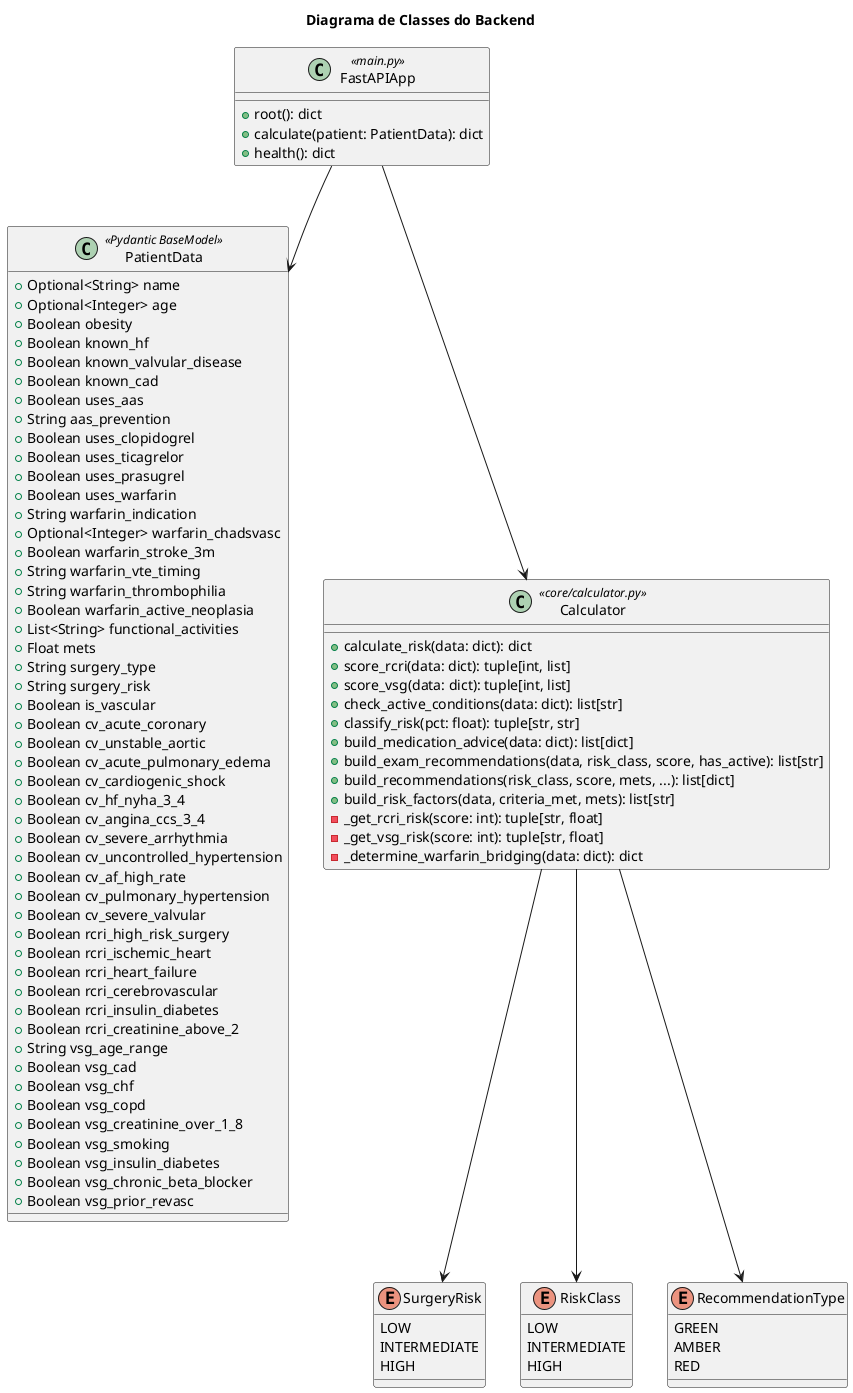
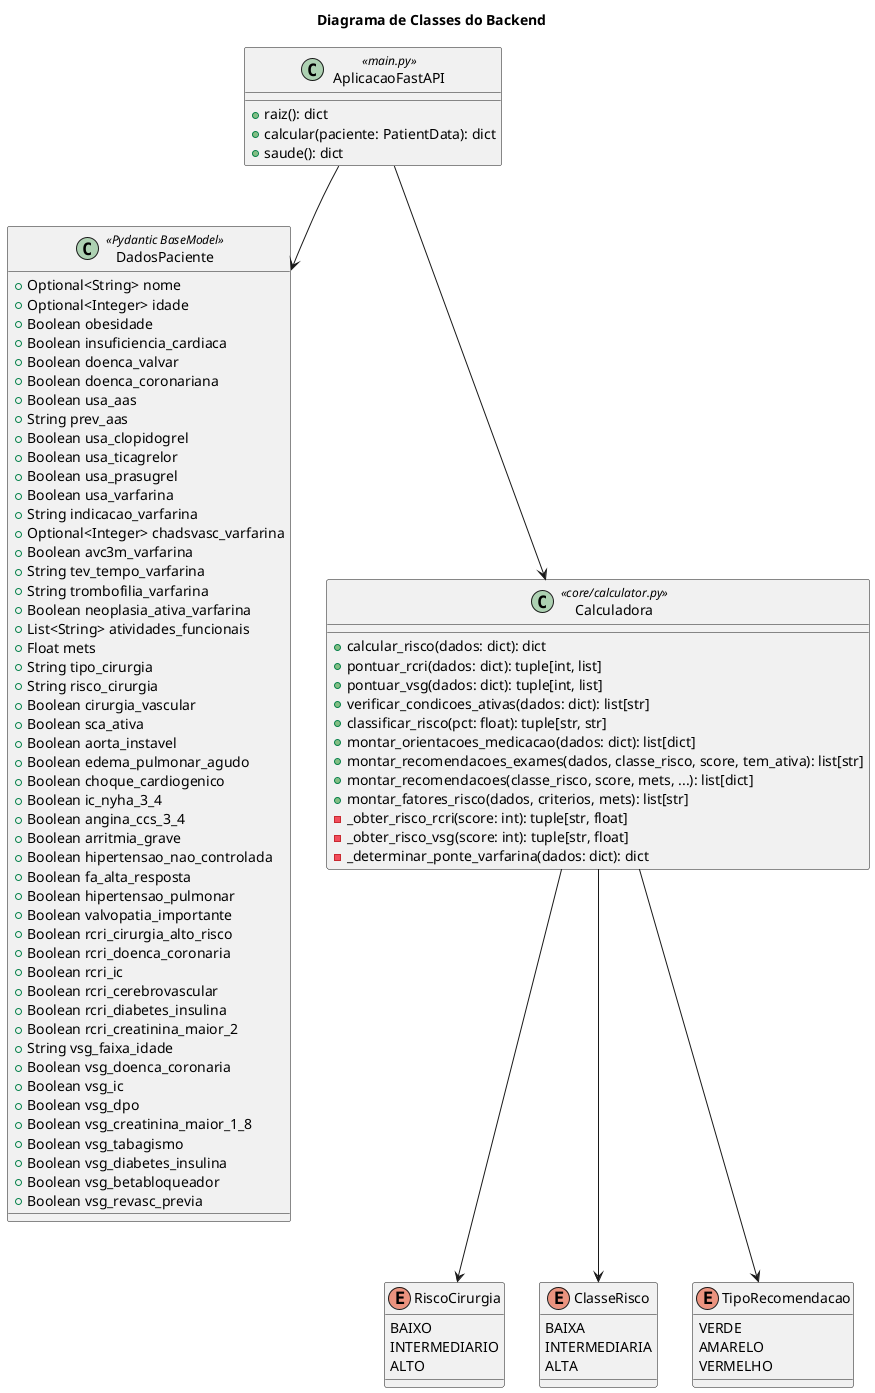
@startuml
title Diagrama de Classes do Backend

- class PatientData <<Pydantic BaseModel>> {
-   +Optional<String> name
-   +Optional<Integer> age
-   +Boolean obesity
-   +Boolean known_hf
-   +Boolean known_valvular_disease
-   +Boolean known_cad
-   +Boolean uses_aas
-   +String aas_prevention
-   +Boolean uses_clopidogrel
-   +Boolean uses_ticagrelor
-   +Boolean uses_prasugrel
-   +Boolean uses_warfarin
-   +String warfarin_indication
-   +Optional<Integer> warfarin_chadsvasc
-   +Boolean warfarin_stroke_3m
-   +String warfarin_vte_timing
-   +String warfarin_thrombophilia
-   +Boolean warfarin_active_neoplasia
-   +List<String> functional_activities
+ class DadosPaciente <<Pydantic BaseModel>> {
+   +Optional<String> nome
+   +Optional<Integer> idade
+   +Boolean obesidade
+   +Boolean insuficiencia_cardiaca
+   +Boolean doenca_valvar
+   +Boolean doenca_coronariana
+   +Boolean usa_aas
+   +String prev_aas
+   +Boolean usa_clopidogrel
+   +Boolean usa_ticagrelor
+   +Boolean usa_prasugrel
+   +Boolean usa_varfarina
+   +String indicacao_varfarina
+   +Optional<Integer> chadsvasc_varfarina
+   +Boolean avc3m_varfarina
+   +String tev_tempo_varfarina
+   +String trombofilia_varfarina
+   +Boolean neoplasia_ativa_varfarina
+   +List<String> atividades_funcionais
  +Float mets
-   +String surgery_type
-   +String surgery_risk
-   +Boolean is_vascular
-   +Boolean cv_acute_coronary
-   +Boolean cv_unstable_aortic
-   +Boolean cv_acute_pulmonary_edema
-   +Boolean cv_cardiogenic_shock
-   +Boolean cv_hf_nyha_3_4
-   +Boolean cv_angina_ccs_3_4
-   +Boolean cv_severe_arrhythmia
-   +Boolean cv_uncontrolled_hypertension
-   +Boolean cv_af_high_rate
-   +Boolean cv_pulmonary_hypertension
-   +Boolean cv_severe_valvular
-   +Boolean rcri_high_risk_surgery
-   +Boolean rcri_ischemic_heart
-   +Boolean rcri_heart_failure
+   +String tipo_cirurgia
+   +String risco_cirurgia
+   +Boolean cirurgia_vascular
+   +Boolean sca_ativa
+   +Boolean aorta_instavel
+   +Boolean edema_pulmonar_agudo
+   +Boolean choque_cardiogenico
+   +Boolean ic_nyha_3_4
+   +Boolean angina_ccs_3_4
+   +Boolean arritmia_grave
+   +Boolean hipertensao_nao_controlada
+   +Boolean fa_alta_resposta
+   +Boolean hipertensao_pulmonar
+   +Boolean valvopatia_importante
+   +Boolean rcri_cirurgia_alto_risco
+   +Boolean rcri_doenca_coronaria
+   +Boolean rcri_ic
  +Boolean rcri_cerebrovascular
-   +Boolean rcri_insulin_diabetes
-   +Boolean rcri_creatinine_above_2
-   +String vsg_age_range
-   +Boolean vsg_cad
-   +Boolean vsg_chf
-   +Boolean vsg_copd
-   +Boolean vsg_creatinine_over_1_8
-   +Boolean vsg_smoking
-   +Boolean vsg_insulin_diabetes
-   +Boolean vsg_chronic_beta_blocker
-   +Boolean vsg_prior_revasc
+   +Boolean rcri_diabetes_insulina
+   +Boolean rcri_creatinina_maior_2
+   +String vsg_faixa_idade
+   +Boolean vsg_doenca_coronaria
+   +Boolean vsg_ic
+   +Boolean vsg_dpo
+   +Boolean vsg_creatinina_maior_1_8
+   +Boolean vsg_tabagismo
+   +Boolean vsg_diabetes_insulina
+   +Boolean vsg_betabloqueador
+   +Boolean vsg_revasc_previa
}

- enum SurgeryRisk {
-   LOW
-   INTERMEDIATE
-   HIGH
+ enum RiscoCirurgia {
+   BAIXO
+   INTERMEDIARIO
+   ALTO
}

- enum RiskClass {
-   LOW
-   INTERMEDIATE
-   HIGH
+ enum ClasseRisco {
+   BAIXA
+   INTERMEDIARIA
+   ALTA
}

- enum RecommendationType {
-   GREEN
-   AMBER
-   RED
+ enum TipoRecomendacao {
+   VERDE
+   AMARELO
+   VERMELHO
}

- class FastAPIApp <<main.py>> {
-   +root(): dict
-   +calculate(patient: PatientData): dict
-   +health(): dict
+ class AplicacaoFastAPI <<main.py>> {
+   +raiz(): dict
+   +calcular(paciente: PatientData): dict
+   +saude(): dict
}

- class Calculator <<core/calculator.py>> {
-   +calculate_risk(data: dict): dict
-   +score_rcri(data: dict): tuple[int, list]
-   +score_vsg(data: dict): tuple[int, list]
-   +check_active_conditions(data: dict): list[str]
-   +classify_risk(pct: float): tuple[str, str]
-   +build_medication_advice(data: dict): list[dict]
-   +build_exam_recommendations(data, risk_class, score, has_active): list[str]
-   +build_recommendations(risk_class, score, mets, ...): list[dict]
-   +build_risk_factors(data, criteria_met, mets): list[str]
-   -_get_rcri_risk(score: int): tuple[str, float]
-   -_get_vsg_risk(score: int): tuple[str, float]
-   -_determine_warfarin_bridging(data: dict): dict
+ class Calculadora <<core/calculator.py>> {
+   +calcular_risco(dados: dict): dict
+   +pontuar_rcri(dados: dict): tuple[int, list]
+   +pontuar_vsg(dados: dict): tuple[int, list]
+   +verificar_condicoes_ativas(dados: dict): list[str]
+   +classificar_risco(pct: float): tuple[str, str]
+   +montar_orientacoes_medicacao(dados: dict): list[dict]
+   +montar_recomendacoes_exames(dados, classe_risco, score, tem_ativa): list[str]
+   +montar_recomendacoes(classe_risco, score, mets, ...): list[dict]
+   +montar_fatores_risco(dados, criterios, mets): list[str]
+   -_obter_risco_rcri(score: int): tuple[str, float]
+   -_obter_risco_vsg(score: int): tuple[str, float]
+   -_determinar_ponte_varfarina(dados: dict): dict
}

- FastAPIApp --> PatientData
- FastAPIApp --> Calculator
- Calculator --> SurgeryRisk
- Calculator --> RiskClass
- Calculator --> RecommendationType
+ AplicacaoFastAPI --> DadosPaciente
+ AplicacaoFastAPI --> Calculadora
+ Calculadora --> RiscoCirurgia
+ Calculadora --> ClasseRisco
+ Calculadora --> TipoRecomendacao
@enduml
